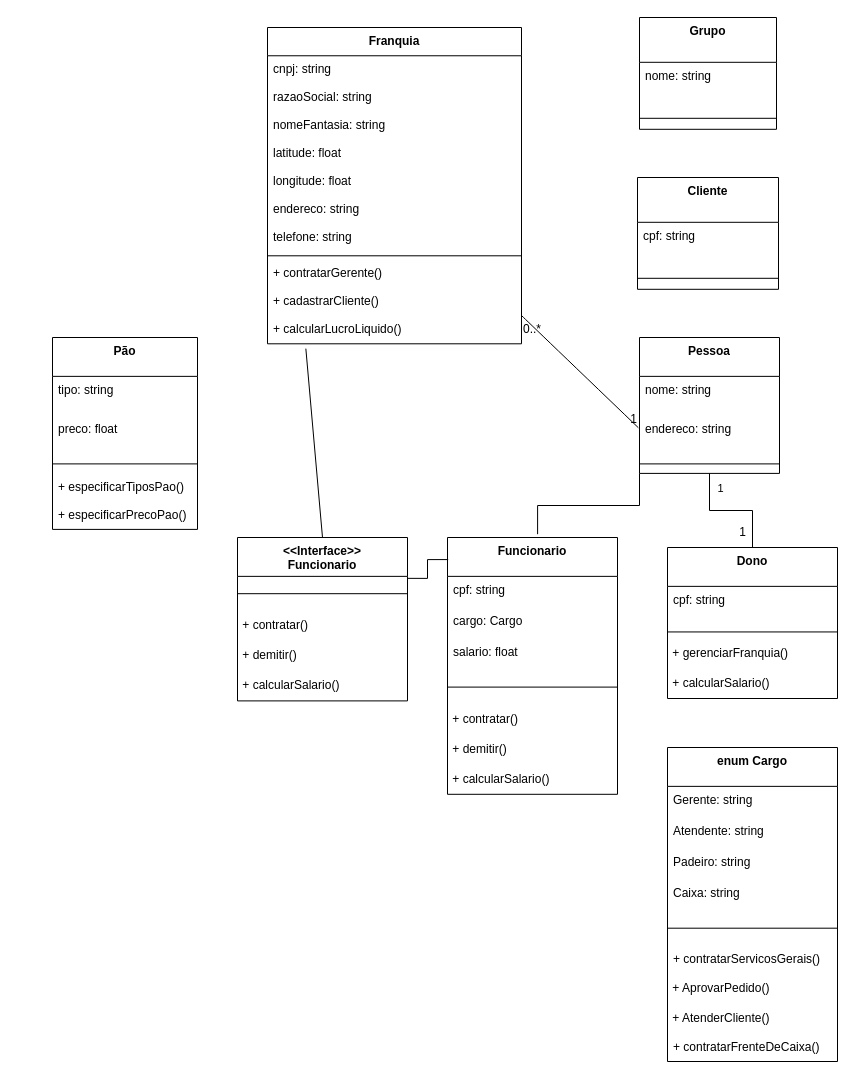
This is Padaria.drawio from Siriusb42/diagramacaoPadaria, a draw.io file, before an edit. Source tidied: cells renumbered, new cells numbered last; positions are measured from the earlier drawing's top-left corner, leaving out a move shared by most shapes. Both pictures are drawn from the tidied source at 100%, with x=0, y=0 at pixel (52, 17).
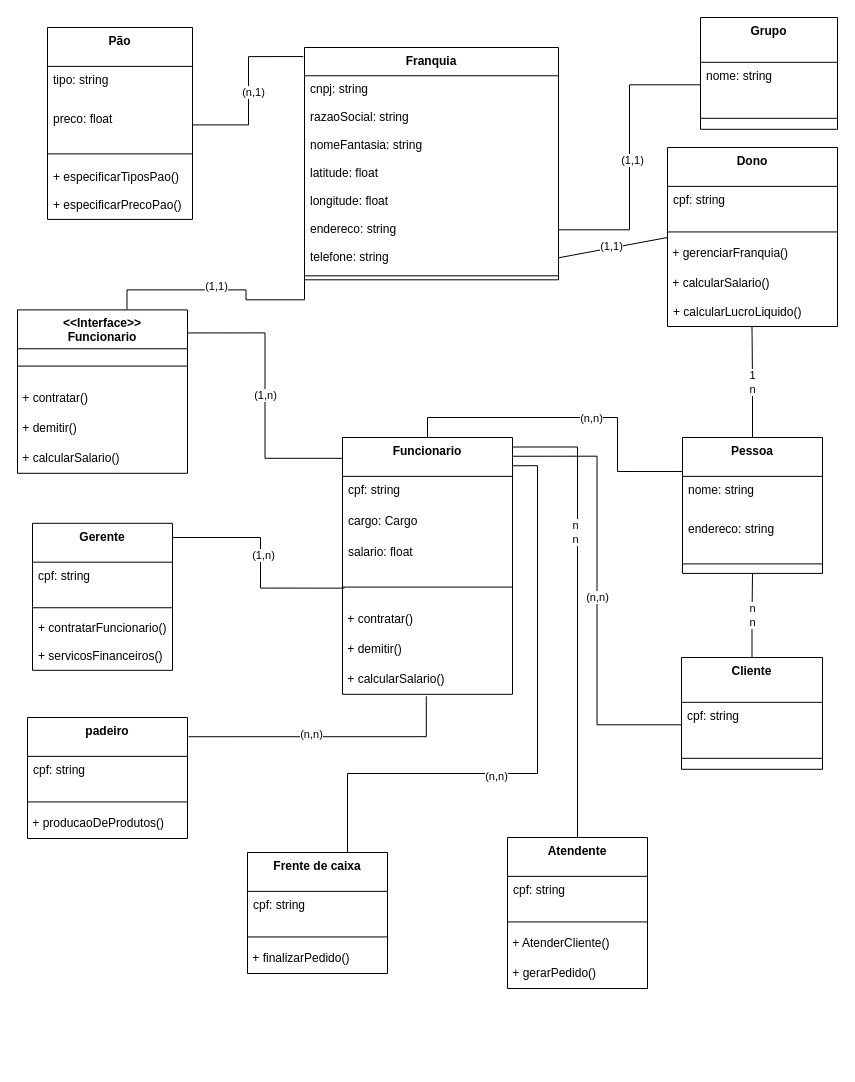
Above is the later version.

Unchanged cells that the change refers to:
```xml
<mxCell id="8" value="endereco: string" style="text;strokeColor=none;fillColor=none;align=left;verticalAlign=top;spacingLeft=4;spacingRight=4;overflow=hidden;points=[[0,0.5],[1,0.5]];portConstraint=eastwest;" parent="2" vertex="1">
  <mxGeometry y="168.3" width="254" height="28" as="geometry" />
</mxCell>
<mxCell id="9" value="telefone: string" style="text;strokeColor=none;fillColor=none;align=left;verticalAlign=top;spacingLeft=4;spacingRight=4;overflow=hidden;points=[[0,0.5],[1,0.5]];portConstraint=eastwest;" parent="2" vertex="1">
  <mxGeometry y="196.3" width="254" height="28" as="geometry" />
</mxCell>
<mxCell id="19" value="endereco: string" style="text;strokeColor=none;fillColor=none;align=left;verticalAlign=top;spacingLeft=4;spacingRight=4;overflow=hidden;points=[[0,0.5],[1,0.5]];portConstraint=eastwest;" parent="17" vertex="1">
  <mxGeometry y="77.9" width="140" height="39" as="geometry" />
</mxCell>
<mxCell id="22" value="nome: string" style="text;strokeColor=none;fillColor=none;align=left;verticalAlign=top;spacingLeft=4;spacingRight=4;overflow=hidden;points=[[0,0.5],[1,0.5]];portConstraint=eastwest;" parent="21" vertex="1">
  <mxGeometry y="44.8" width="137" height="45" as="geometry" />
</mxCell>
<mxCell id="26" value="preco: float" style="text;strokeColor=none;fillColor=none;align=left;verticalAlign=top;spacingLeft=4;spacingRight=4;overflow=hidden;points=[[0,0.5],[1,0.5]];portConstraint=eastwest;" parent="24" vertex="1">
  <mxGeometry y="77.9" width="145" height="39" as="geometry" />
</mxCell>
<mxCell id="45" style="line;strokeWidth=1;fillColor=none;align=left;verticalAlign=middle;spacingTop=-1;spacingLeft=3;spacingRight=3;labelPosition=right;points=[];portConstraint=eastwest;strokeColor=inherit;" parent="41" vertex="1">
  <mxGeometry y="132.3" width="170" height="34.6" as="geometry" />
</mxCell>
<mxCell id="48" value="&amp;nbsp;+ calcularSalario()" style="text;html=1;align=left;verticalAlign=middle;points=[];strokeColor=none;fillColor=none;" parent="41" vertex="1">
  <mxGeometry y="226.8" width="170" height="30" as="geometry" />
</mxCell>
```

What changed in the source:
```diff
@@
     <mxCell id="2" value="Franquia" style="swimlane;fontStyle=1;align=center;verticalAlign=top;horizontal=1;startSize=28.266666666666666;" parent="1" vertex="1">
-      <mxGeometry x="215" y="10" width="254" height="316.3" as="geometry" />
+      <mxGeometry x="252" y="30" width="254" height="232.3" as="geometry" />
     </mxCell>
@@
-    <mxCell id="11" value="+ contratarGerente()" style="text;strokeColor=none;fillColor=none;align=left;verticalAlign=top;spacingLeft=4;spacingRight=4;overflow=hidden;" parent="2" vertex="1">
-      <mxGeometry y="232.3" width="254" height="28" as="geometry" />
-    </mxCell>
-    <mxCell id="12" value="+ cadastrarCliente()" style="text;strokeColor=none;fillColor=none;align=left;verticalAlign=top;spacingLeft=4;spacingRight=4;overflow=hidden;" parent="2" vertex="1">
-      <mxGeometry y="260.3" width="254" height="28" as="geometry" />
-    </mxCell>
-    <mxCell id="13" value="+ calcularLucroLiquido()" style="text;strokeColor=none;fillColor=none;align=left;verticalAlign=top;spacingLeft=4;spacingRight=4;overflow=hidden;points=[[0,0.5],[1,0.5]];portConstraint=eastwest;" parent="2" vertex="1">
-      <mxGeometry y="288.3" width="254" height="28" as="geometry" />
-    </mxCell>
-    <mxCell id="14" value="1" style="edgeStyle=orthogonalEdgeStyle;rounded=0;jettySize=auto;html=1;exitX=0.5;exitY=1;exitDx=0;exitDy=0;endArrow=none;startFill=0;entryX=0.5;entryY=0;entryDx=0;entryDy=0;fontFamily=Helvetica;fontSize=12;" parent="1" edge="1" source="17" target="33">
-      <mxGeometry x="0.74" y="-10" relative="1" as="geometry" />
-    </mxCell>
-    <mxCell id="15" value="1" style="edgeLabel;html=1;align=center;verticalAlign=middle;" parent="14" vertex="1">
-      <mxGeometry x="-0.87" y="1" relative="1" as="geometry">
-        <mxPoint x="9" y="7" as="offset" />
-      </mxGeometry>
-    </mxCell>
+    <mxCell id="66" value="1&lt;div&gt;n&lt;/div&gt;" style="edgeStyle=orthogonalEdgeStyle;rounded=0;jettySize=auto;html=1;exitX=0.5;exitY=0;exitDx=0;exitDy=0;endArrow=none;startFill=0;entryX=0.497;entryY=0.998;entryDx=0;entryDy=0;entryPerimeter=0;" parent="1" edge="1" source="17" target="13">
+      <mxGeometry relative="1" as="geometry" />
+    </mxCell>
-    <mxCell id="16" style="edgeStyle=orthogonalEdgeStyle;rounded=0;jettySize=auto;html=1;exitX=0;exitY=1;exitDx=0;exitDy=0;endArrow=none;startFill=0;entryX=0.53;entryY=-0.013;entryDx=0;entryDy=0;entryPerimeter=0;" parent="1" edge="1" source="17" target="41">
-      <mxGeometry relative="1" as="geometry" />
+    <mxCell id="16" style="edgeStyle=orthogonalEdgeStyle;rounded=0;jettySize=auto;html=1;exitX=0;exitY=0.25;exitDx=0;exitDy=0;entryX=0.5;entryY=0;entryDx=0;entryDy=0;endArrow=none;startFill=0;" parent="1" edge="1" source="17" target="41">
+      <mxGeometry relative="1" as="geometry">
+        <Array as="points">
+          <mxPoint x="565" y="454" />
+          <mxPoint x="565" y="400" />
+          <mxPoint x="375" y="400" />
+        </Array>
+      </mxGeometry>
     </mxCell>
+    <mxCell id="67" value="(n,n)" style="edgeLabel;html=1;align=center;verticalAlign=middle;" parent="16" vertex="1">
+      <mxGeometry x="-0.11" relative="1" as="geometry" />
+    </mxCell>
     <mxCell id="17" value="Pessoa" style="swimlane;fontStyle=1;align=center;verticalAlign=top;horizontal=1;startSize=38.857142857142854;" parent="1" vertex="1">
-      <mxGeometry x="587" y="320" width="140" height="135.9" as="geometry" />
+      <mxGeometry x="630" y="420" width="140" height="135.9" as="geometry" />
     </mxCell>
@@
     <mxCell id="21" value="Grupo" style="swimlane;fontStyle=1;align=center;verticalAlign=top;horizontal=1;startSize=44.8;" parent="1" vertex="1">
-      <mxGeometry x="587" width="137" height="111.8" as="geometry" />
+      <mxGeometry x="648" width="137" height="111.8" as="geometry" />
     </mxCell>
@@
     <mxCell id="24" value="Pão" style="swimlane;fontStyle=1;align=center;verticalAlign=top;horizontal=1;startSize=38.857142857142854;" parent="1" vertex="1">
-      <mxGeometry y="320" width="145" height="191.9" as="geometry" />
+      <mxGeometry x="-5" y="10" width="145" height="191.9" as="geometry" />
     </mxCell>
@@
-    <mxCell id="30" value="Cliente" style="swimlane;fontStyle=1;align=center;verticalAlign=top;horizontal=1;startSize=44.8;" parent="1" vertex="1">
-      <mxGeometry x="585" y="160" width="141" height="111.8" as="geometry" />
-    </mxCell>
-    <mxCell id="31" value="cpf: string" style="text;strokeColor=none;fillColor=none;align=left;verticalAlign=top;spacingLeft=4;spacingRight=4;overflow=hidden;points=[[0,0.5],[1,0.5]];portConstraint=eastwest;" parent="30" vertex="1">
-      <mxGeometry y="44.8" width="141" height="45" as="geometry" />
-    </mxCell>
-    <mxCell id="32" style="line;strokeWidth=1;fillColor=none;align=left;verticalAlign=middle;spacingTop=-1;spacingLeft=3;spacingRight=3;labelPosition=right;strokeColor=inherit;" parent="30" vertex="1">
-      <mxGeometry y="89.8" width="141" height="22" as="geometry" />
-    </mxCell>
     <mxCell id="33" value="Dono" style="swimlane;fontStyle=1;align=center;verticalAlign=top;horizontal=1;startSize=38.857142857142854;" parent="1" vertex="1">
-      <mxGeometry x="615" y="530" width="170" height="151" as="geometry" />
+      <mxGeometry x="615" y="130" width="170" height="179" as="geometry" />
     </mxCell>
@@
-    <mxCell id="38" style="curved=1;startArrow=none;endArrow=none;entryX=-0.008;entryY=0.317;entryDx=0;entryDy=0;exitX=1;exitY=-0.01;exitDx=0;exitDy=0;exitPerimeter=0;entryPerimeter=0;" parent="1" edge="1" source="13" target="19">
-      <mxGeometry relative="1" as="geometry" />
-    </mxCell>
-    <mxCell id="39" value="0..*" style="edgeLabel;labelBackgroundColor=none;fontSize=12;align=left;verticalAlign=top;" parent="38" vertex="1">
-      <mxGeometry x="-1" relative="1" as="geometry" />
-    </mxCell>
-    <mxCell id="40" value="1" style="edgeLabel;labelBackgroundColor=none;fontSize=12;align=right;verticalAlign=bottom;" parent="38" vertex="1">
-      <mxGeometry x="1" relative="1" as="geometry" />
-    </mxCell>
+    <mxCell id="13" value="+ calcularLucroLiquido()" style="text;strokeColor=none;fillColor=none;align=left;verticalAlign=top;spacingLeft=4;spacingRight=4;overflow=hidden;points=[[0,0.5],[1,0.5]];portConstraint=eastwest;" parent="33" vertex="1">
+      <mxGeometry y="151" width="170" height="28" as="geometry" />
+    </mxCell>
+    <mxCell id="68" style="edgeStyle=orthogonalEdgeStyle;rounded=0;jettySize=auto;html=1;endArrow=none;startFill=0;exitX=0.011;exitY=0.53;exitDx=0;exitDy=0;exitPerimeter=0;" parent="1" edge="1" source="45" target="72">
+      <mxGeometry relative="1" as="geometry">
+        <Array as="points">
+          <mxPoint x="208" y="571" />
+          <mxPoint x="208" y="520" />
+        </Array>
+      </mxGeometry>
+    </mxCell>
+    <mxCell id="69" value="(1,n)" style="edgeLabel;html=1;align=center;verticalAlign=middle;" parent="68" vertex="1">
+      <mxGeometry x="0.06" y="-2" relative="1" as="geometry">
+        <mxPoint y="1" as="offset" />
+      </mxGeometry>
+    </mxCell>
     <mxCell id="41" value="Funcionario" style="swimlane;fontStyle=1;align=center;verticalAlign=top;horizontal=1;startSize=38.857142857142854;" parent="1" vertex="1">
-      <mxGeometry x="395" y="520" width="170" height="256.8" as="geometry" />
+      <mxGeometry x="290" y="420" width="170" height="256.8" as="geometry" />
     </mxCell>
@@
-    <mxCell id="49" style="edgeStyle=orthogonalEdgeStyle;rounded=0;jettySize=auto;html=1;exitX=1;exitY=0.25;exitDx=0;exitDy=0;endArrow=none;startFill=0;entryX=0.004;entryY=0.086;entryDx=0;entryDy=0;entryPerimeter=0;" parent="1" edge="1" source="50" target="41">
-      <mxGeometry relative="1" as="geometry" />
-    </mxCell>
     <mxCell id="50" value="&lt;&lt;Interface&gt;&gt;&#10;Funcionario" style="swimlane;fontStyle=1;align=center;verticalAlign=top;horizontal=1;startSize=38.857142857142854;" parent="1" vertex="1">
-      <mxGeometry x="185" y="520" width="170" height="163.4" as="geometry" />
+      <mxGeometry x="-35" y="292.4" width="170" height="163.4" as="geometry" />
     </mxCell>
@@
-    <mxCell id="55" style="endArrow=none;html=1;rounded=0;exitX=0.5;exitY=0;exitDx=0;exitDy=0;entryX=0.151;entryY=1.173;entryDx=0;entryDy=0;entryPerimeter=0;" parent="1" edge="1" source="50" target="13">
-      <mxGeometry relative="1" as="geometry" />
-    </mxCell>
-    <mxCell id="56" value="enum Cargo" style="swimlane;fontStyle=1;align=center;verticalAlign=top;horizontal=1;startSize=38.857142857142854;" parent="1" vertex="1">
-      <mxGeometry x="615" y="730" width="170" height="314" as="geometry" />
-    </mxCell>
-    <mxCell id="57" value="Gerente: string" style="text;strokeColor=none;fillColor=none;align=left;verticalAlign=top;spacingLeft=4;spacingRight=4;overflow=hidden;" parent="56" vertex="1">
-      <mxGeometry y="38.9" width="170" height="31.1" as="geometry" />
-    </mxCell>
-    <mxCell id="58" value="Atendente: string" style="text;strokeColor=none;fillColor=none;align=left;verticalAlign=top;spacingLeft=4;spacingRight=4;overflow=hidden;" parent="56" vertex="1">
-      <mxGeometry y="70" width="170" height="31.1" as="geometry" />
-    </mxCell>
-    <mxCell id="59" value="Padeiro: string" style="text;strokeColor=none;fillColor=none;align=left;verticalAlign=top;spacingLeft=4;spacingRight=4;overflow=hidden;" parent="56" vertex="1">
-      <mxGeometry y="101.1" width="170" height="31.1" as="geometry" />
-    </mxCell>
-    <mxCell id="60" value="Caixa: string" style="text;strokeColor=none;fillColor=none;align=left;verticalAlign=top;spacingLeft=4;spacingRight=4;overflow=hidden;" parent="56" vertex="1">
-      <mxGeometry y="132.3" width="170" height="31.1" as="geometry" />
-    </mxCell>
-    <mxCell id="61" style="line;strokeWidth=1;fillColor=none;align=left;verticalAlign=middle;spacingTop=-1;spacingLeft=3;spacingRight=3;labelPosition=right;strokeColor=inherit;" parent="56" vertex="1">
-      <mxGeometry y="163.4" width="170" height="34.6" as="geometry" />
-    </mxCell>
-    <mxCell id="62" value="+ contratarServicosGerais()" style="text;strokeColor=none;fillColor=none;align=left;verticalAlign=top;spacingLeft=4;spacingRight=4;overflow=hidden;" parent="56" vertex="1">
-      <mxGeometry y="198" width="170" height="28" as="geometry" />
-    </mxCell>
+    <mxCell id="70" style="edgeStyle=orthogonalEdgeStyle;rounded=0;jettySize=auto;html=1;exitX=1;exitY=0.5;exitDx=0;exitDy=0;entryX=0;entryY=0.5;entryDx=0;entryDy=0;endArrow=none;startFill=0;" parent="1" edge="1" source="8" target="22">
+      <mxGeometry relative="1" as="geometry" />
+    </mxCell>
+    <mxCell id="71" value="(1,1)" style="edgeLabel;html=1;align=center;verticalAlign=middle;" parent="70" vertex="1">
+      <mxGeometry x="-0.02" y="-2" relative="1" as="geometry" />
+    </mxCell>
+    <mxCell id="72" value="Gerente" style="swimlane;fontStyle=1;align=center;verticalAlign=top;horizontal=1;startSize=38.857142857142854;" parent="1" vertex="1">
+      <mxGeometry x="-20" y="505.8" width="140" height="147" as="geometry" />
+    </mxCell>
+    <mxCell id="73" value="cpf: string" style="text;strokeColor=none;fillColor=none;align=left;verticalAlign=top;spacingLeft=4;spacingRight=4;overflow=hidden;" parent="72" vertex="1">
+      <mxGeometry y="38.9" width="140" height="39" as="geometry" />
+    </mxCell>
+    <mxCell id="74" style="line;strokeWidth=1;fillColor=none;align=left;verticalAlign=middle;spacingTop=-1;spacingLeft=3;spacingRight=3;labelPosition=right;strokeColor=inherit;" parent="72" vertex="1">
+      <mxGeometry y="77.9" width="140" height="13.1" as="geometry" />
+    </mxCell>
+    <mxCell id="65" value="+ contratarFuncionario()" style="text;strokeColor=none;fillColor=none;align=left;verticalAlign=top;spacingLeft=4;spacingRight=4;overflow=hidden;" parent="72" vertex="1">
+      <mxGeometry y="91" width="140" height="28" as="geometry" />
+    </mxCell>
+    <mxCell id="75" value="+ servicosFinanceiros()" style="text;strokeColor=none;fillColor=none;align=left;verticalAlign=top;spacingLeft=4;spacingRight=4;overflow=hidden;" parent="72" vertex="1">
+      <mxGeometry y="119" width="140" height="28" as="geometry" />
+    </mxCell>
+    <mxCell id="76" value="padeiro" style="swimlane;fontStyle=1;align=center;verticalAlign=top;horizontal=1;startSize=38.857142857142854;" parent="1" vertex="1">
+      <mxGeometry x="-25" y="700" width="160" height="121" as="geometry" />
+    </mxCell>
+    <mxCell id="77" value="cpf: string" style="text;strokeColor=none;fillColor=none;align=left;verticalAlign=top;spacingLeft=4;spacingRight=4;overflow=hidden;" parent="76" vertex="1">
+      <mxGeometry y="38.9" width="160" height="39" as="geometry" />
+    </mxCell>
+    <mxCell id="78" style="line;strokeWidth=1;fillColor=none;align=left;verticalAlign=middle;spacingTop=-1;spacingLeft=3;spacingRight=3;labelPosition=right;strokeColor=inherit;" parent="76" vertex="1">
+      <mxGeometry y="77.9" width="160" height="13.1" as="geometry" />
+    </mxCell>
+    <mxCell id="79" value="&amp;nbsp;+ producaoDeProdutos()" style="text;html=1;align=left;verticalAlign=middle;strokeColor=none;fillColor=none;" parent="76" vertex="1">
+      <mxGeometry y="91" width="160" height="30" as="geometry" />
+    </mxCell>
+    <mxCell id="80" value="Frente de caixa" style="swimlane;fontStyle=1;align=center;verticalAlign=top;horizontal=1;startSize=38.857142857142854;" parent="1" vertex="1">
+      <mxGeometry x="195" y="835" width="140" height="121" as="geometry" />
+    </mxCell>
+    <mxCell id="81" value="cpf: string" style="text;strokeColor=none;fillColor=none;align=left;verticalAlign=top;spacingLeft=4;spacingRight=4;overflow=hidden;" parent="80" vertex="1">
+      <mxGeometry y="38.9" width="140" height="39" as="geometry" />
+    </mxCell>
+    <mxCell id="82" style="line;strokeWidth=1;fillColor=none;align=left;verticalAlign=middle;spacingTop=-1;spacingLeft=3;spacingRight=3;labelPosition=right;strokeColor=inherit;" parent="80" vertex="1">
+      <mxGeometry y="77.9" width="140" height="13.1" as="geometry" />
+    </mxCell>
-    <mxCell id="63" value="&amp;nbsp;+ AprovarPedido()" style="text;html=1;align=left;verticalAlign=middle;strokeColor=none;fillColor=none;" parent="56" vertex="1">
-      <mxGeometry y="226" width="170" height="30" as="geometry" />
+    <mxCell id="63" value="&amp;nbsp;+ finalizarPedido()" style="text;html=1;align=left;verticalAlign=middle;strokeColor=none;fillColor=none;" parent="80" vertex="1">
+      <mxGeometry y="91" width="140" height="30" as="geometry" />
     </mxCell>
+    <mxCell id="83" value="Atendente" style="swimlane;fontStyle=1;align=center;verticalAlign=top;horizontal=1;startSize=38.857142857142854;" parent="1" vertex="1">
+      <mxGeometry x="455" y="820" width="140" height="151" as="geometry" />
+    </mxCell>
+    <mxCell id="84" value="cpf: string" style="text;strokeColor=none;fillColor=none;align=left;verticalAlign=top;spacingLeft=4;spacingRight=4;overflow=hidden;" parent="83" vertex="1">
+      <mxGeometry y="38.9" width="140" height="39" as="geometry" />
+    </mxCell>
+    <mxCell id="85" style="line;strokeWidth=1;fillColor=none;align=left;verticalAlign=middle;spacingTop=-1;spacingLeft=3;spacingRight=3;labelPosition=right;strokeColor=inherit;" parent="83" vertex="1">
+      <mxGeometry y="77.9" width="140" height="13.1" as="geometry" />
+    </mxCell>
-    <mxCell id="64" value="&amp;nbsp;+ AtenderCliente()" style="text;html=1;align=left;verticalAlign=middle;strokeColor=none;fillColor=none;" parent="56" vertex="1">
-      <mxGeometry y="256" width="170" height="30" as="geometry" />
+    <mxCell id="64" value="&amp;nbsp;+ AtenderCliente()" style="text;html=1;align=left;verticalAlign=middle;strokeColor=none;fillColor=none;" parent="83" vertex="1">
+      <mxGeometry y="91" width="140" height="30" as="geometry" />
     </mxCell>
-    <mxCell id="65" value="+ contratarFrenteDeCaixa()" style="text;strokeColor=none;fillColor=none;align=left;verticalAlign=top;spacingLeft=4;spacingRight=4;overflow=hidden;" parent="56" vertex="1">
-      <mxGeometry y="286" width="170" height="28" as="geometry" />
-    </mxCell>
+    <mxCell id="86" value="&amp;nbsp;+ gerarPedido()" style="text;html=1;align=left;verticalAlign=middle;strokeColor=none;fillColor=none;" parent="83" vertex="1">
+      <mxGeometry y="121" width="140" height="30" as="geometry" />
+    </mxCell>
+    <mxCell id="87" value="n&lt;div&gt;n&lt;/div&gt;" style="edgeStyle=orthogonalEdgeStyle;rounded=0;jettySize=auto;html=1;exitX=0.5;exitY=0;exitDx=0;exitDy=0;endArrow=none;startFill=0;entryX=0.5;entryY=1;entryDx=0;entryDy=0;" parent="1" edge="1" source="30" target="17">
+      <mxGeometry relative="1" as="geometry" />
+    </mxCell>
+    <mxCell id="30" value="Cliente" style="swimlane;fontStyle=1;align=center;verticalAlign=top;horizontal=1;startSize=44.8;" parent="1" vertex="1">
+      <mxGeometry x="629" y="640" width="141" height="111.8" as="geometry" />
+    </mxCell>
+    <mxCell id="31" value="cpf: string" style="text;strokeColor=none;fillColor=none;align=left;verticalAlign=top;spacingLeft=4;spacingRight=4;overflow=hidden;points=[[0,0.5],[1,0.5]];portConstraint=eastwest;" parent="30" vertex="1">
+      <mxGeometry y="44.8" width="141" height="45" as="geometry" />
+    </mxCell>
+    <mxCell id="32" style="line;strokeWidth=1;fillColor=none;align=left;verticalAlign=middle;spacingTop=-1;spacingLeft=3;spacingRight=3;labelPosition=right;strokeColor=inherit;" parent="30" vertex="1">
+      <mxGeometry y="89.8" width="141" height="22" as="geometry" />
+    </mxCell>
+    <mxCell id="88" style="rounded=0;jettySize=auto;html=1;exitX=1;exitY=0.5;exitDx=0;exitDy=0;endArrow=none;startFill=0;" parent="1" edge="1" source="9">
+      <mxGeometry relative="1" as="geometry">
+        <mxPoint x="615" y="220" as="targetPoint" />
+      </mxGeometry>
+    </mxCell>
+    <mxCell id="89" value="(1,1)" style="edgeLabel;html=1;align=center;verticalAlign=middle;" parent="88" vertex="1">
+      <mxGeometry x="-0.03" y="2" relative="1" as="geometry" />
+    </mxCell>
+    <mxCell id="90" value="(1,n)" style="edgeStyle=orthogonalEdgeStyle;rounded=0;jettySize=auto;html=1;exitX=0;exitY=0.081;exitDx=0;exitDy=0;entryX=0.999;entryY=0.141;entryDx=0;entryDy=0;entryPerimeter=0;endArrow=none;startFill=0;exitPerimeter=0;" parent="1" edge="1" source="41" target="50">
+      <mxGeometry relative="1" as="geometry" />
+    </mxCell>
+    <mxCell id="91" style="edgeStyle=orthogonalEdgeStyle;rounded=0;jettySize=auto;html=1;exitX=0;exitY=1;exitDx=0;exitDy=0;entryX=0.644;entryY=-0.003;entryDx=0;entryDy=0;entryPerimeter=0;endArrow=none;startFill=0;" parent="1" edge="1" source="2" target="50">
+      <mxGeometry relative="1" as="geometry" />
+    </mxCell>
+    <mxCell id="92" value="(1,1)" style="edgeLabel;html=1;align=center;verticalAlign=middle;" parent="91" vertex="1">
+      <mxGeometry x="0.03" y="-4" relative="1" as="geometry">
+        <mxPoint x="-1" as="offset" />
+      </mxGeometry>
+    </mxCell>
+    <mxCell id="93" style="edgeStyle=orthogonalEdgeStyle;rounded=0;jettySize=auto;html=1;exitX=1;exitY=0.5;exitDx=0;exitDy=0;entryX=-0.005;entryY=0.039;entryDx=0;entryDy=0;entryPerimeter=0;endArrow=none;startFill=0;" parent="1" edge="1" source="26" target="2">
+      <mxGeometry relative="1" as="geometry" />
+    </mxCell>
+    <mxCell id="94" value="(n,1)" style="edgeLabel;html=1;align=center;verticalAlign=middle;" parent="93" vertex="1">
+      <mxGeometry x="-0.01" y="-4" relative="1" as="geometry" />
+    </mxCell>
+    <mxCell id="95" style="edgeStyle=orthogonalEdgeStyle;rounded=0;jettySize=auto;html=1;exitX=0;exitY=0.5;exitDx=0;exitDy=0;entryX=1.002;entryY=0.073;entryDx=0;entryDy=0;entryPerimeter=0;endArrow=none;startFill=0;" parent="1" edge="1" source="31" target="41">
+      <mxGeometry relative="1" as="geometry" />
+    </mxCell>
+    <mxCell id="96" value="(n,n)" style="edgeLabel;html=1;align=center;verticalAlign=middle;" parent="95" vertex="1">
+      <mxGeometry x="-0.03" relative="1" as="geometry" />
+    </mxCell>
+    <mxCell id="97" style="edgeStyle=orthogonalEdgeStyle;rounded=0;jettySize=auto;html=1;exitX=1.007;exitY=0.159;exitDx=0;exitDy=0;entryX=0.493;entryY=1.066;entryDx=0;entryDy=0;entryPerimeter=0;endArrow=none;startFill=0;exitPerimeter=0;" parent="1" edge="1" source="76" target="48">
+      <mxGeometry relative="1" as="geometry" />
+    </mxCell>
+    <mxCell id="98" value="(n,n)" style="edgeLabel;html=1;align=center;verticalAlign=middle;" parent="97" vertex="1">
+      <mxGeometry x="-0.12" y="3" relative="1" as="geometry" />
+    </mxCell>
+    <mxCell id="99" style="edgeStyle=orthogonalEdgeStyle;rounded=0;jettySize=auto;html=1;exitX=0.5;exitY=0;exitDx=0;exitDy=0;entryX=1.002;entryY=0.11;entryDx=0;entryDy=0;entryPerimeter=0;endArrow=none;startFill=0;" parent="1" edge="1" source="80" target="41">
+      <mxGeometry relative="1" as="geometry">
+        <Array as="points">
+          <mxPoint x="295" y="835" />
+          <mxPoint x="295" y="756" />
+          <mxPoint x="485" y="756" />
+          <mxPoint x="485" y="448" />
+        </Array>
+      </mxGeometry>
+    </mxCell>
+    <mxCell id="100" value="(n,n)" style="edgeLabel;html=1;align=center;verticalAlign=middle;" parent="99" vertex="1">
+      <mxGeometry x="-0.19" y="-2" relative="1" as="geometry">
+        <mxPoint x="1" as="offset" />
+      </mxGeometry>
+    </mxCell>
+    <mxCell id="101" style="edgeStyle=orthogonalEdgeStyle;rounded=0;jettySize=auto;html=1;exitX=0.5;exitY=0;exitDx=0;exitDy=0;entryX=0.997;entryY=0.037;entryDx=0;entryDy=0;entryPerimeter=0;endArrow=none;startFill=0;" parent="1" edge="1" source="83" target="41">
+      <mxGeometry relative="1" as="geometry" />
+    </mxCell>
+    <mxCell id="102" value="n&lt;div&gt;n&lt;/div&gt;" style="edgeLabel;html=1;align=center;verticalAlign=middle;" parent="101" vertex="1">
+      <mxGeometry x="0.34" y="3" relative="1" as="geometry" />
+    </mxCell>
```
